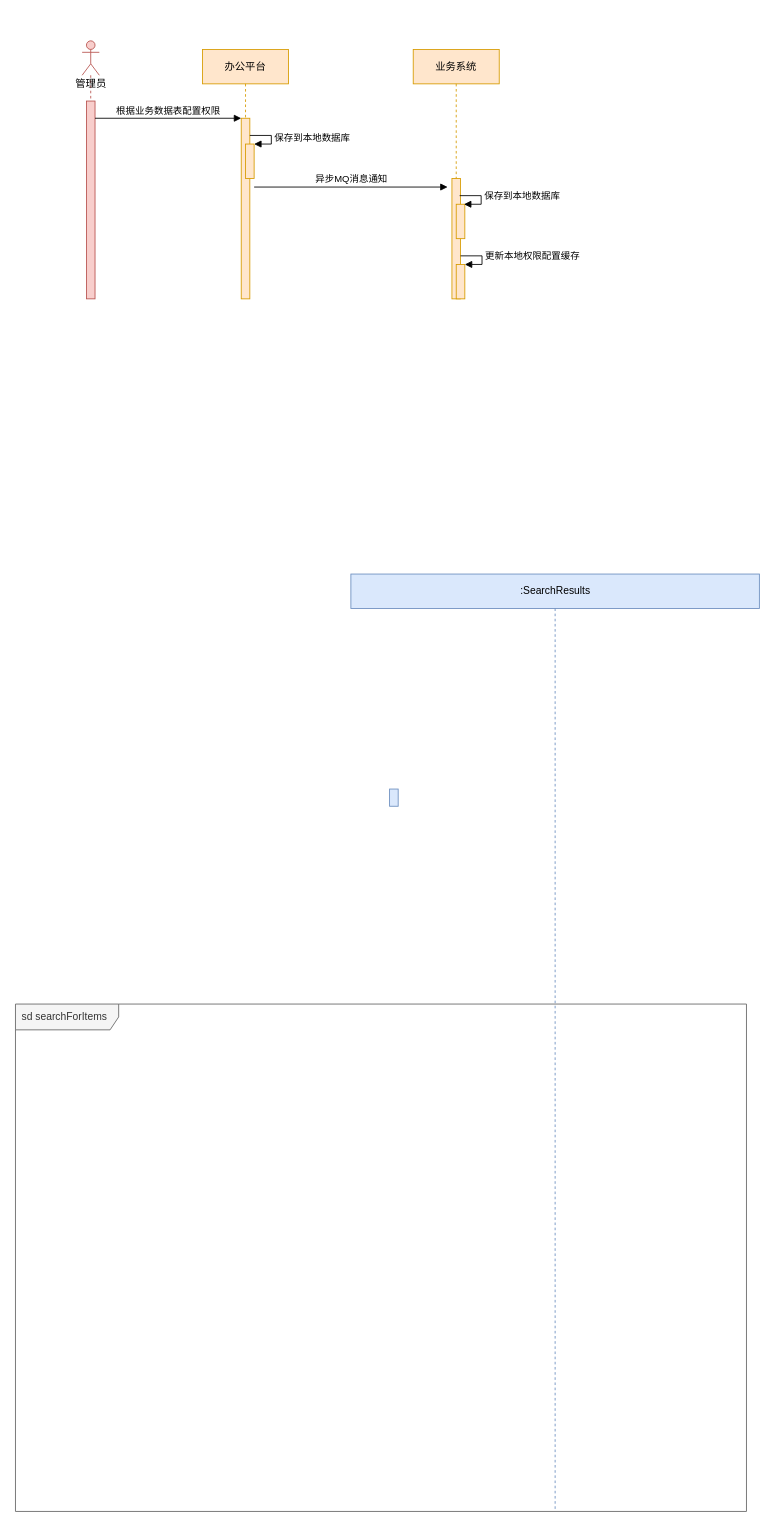
Above: page "Sequence diagram" (1 of 2) of 2024Q1总结.drawio in vickcan/drawio (draw.io), before the change. Source tidied: cells renumbered, new cells numbered last; positions are measured from the earlier drawing's top-left corner, leaving out a move shared by most shapes. Both pictures are drawn from the tidied source at 86%, with x=0, y=0 at pixel (15, 40).
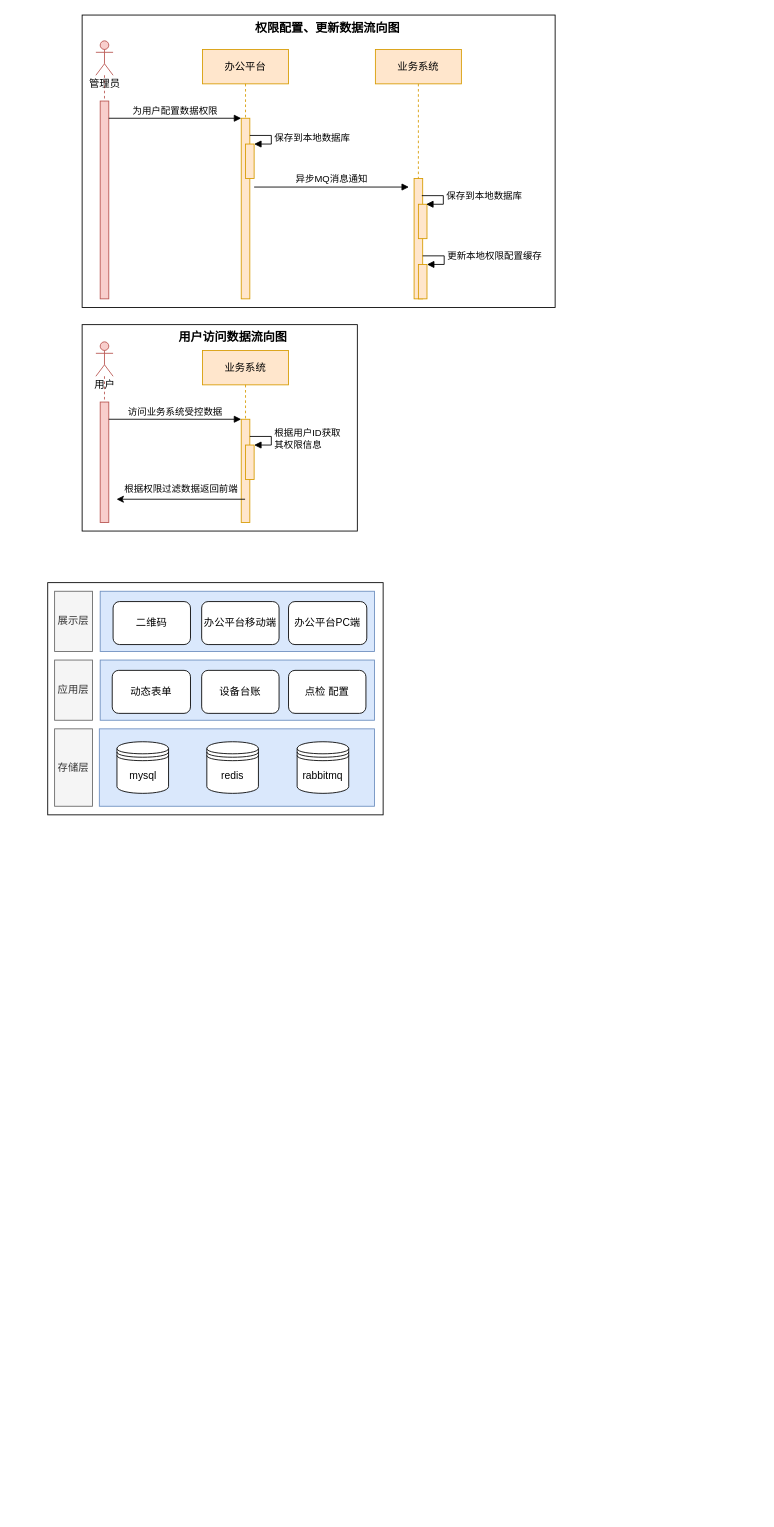
The same diagram, later.

Unchanged cells that the change refers to:
```xml
<mxCell id="3" style="html=1;points=[];perimeter=orthogonalPerimeter;fillColor=#f8cecc;strokeColor=#b85450;" parent="2" vertex="1">
  <mxGeometry x="5" y="70" width="10" height="230" as="geometry" />
</mxCell>
<mxCell id="5" style="html=1;points=[];perimeter=orthogonalPerimeter;fillColor=#ffe6cc;strokeColor=#d79b00;" parent="4" vertex="1">
  <mxGeometry x="45" y="80" width="10" height="210" as="geometry" />
</mxCell>
```

Change to the diagram source:
```diff
@@
+    <mxCell id="19" style="rounded=0;whiteSpace=wrap;html=1;" parent="1" vertex="1">
+      <mxGeometry x="38" y="630" width="390" height="270" as="geometry" />
+    </mxCell>
+    <mxCell id="20" style="rounded=0;whiteSpace=wrap;html=1;" parent="1" vertex="1">
+      <mxGeometry x="78" y="330" width="320" height="240" as="geometry" />
+    </mxCell>
+    <mxCell id="21" value="&lt;span style=&quot;font-size: 14px;&quot;&gt;&lt;b&gt;用户访问数据流向图&lt;/b&gt;&lt;/span&gt;" style="text;html=1;align=center;verticalAlign=middle;strokeColor=none;fillColor=none;" parent="1" vertex="1">
+      <mxGeometry x="178" y="330" width="150" height="30" as="geometry" />
+    </mxCell>
+    <mxCell id="22" style="rounded=0;whiteSpace=wrap;html=1;" parent="1" vertex="1">
+      <mxGeometry x="78" y="-30" width="550" height="340" as="geometry" />
+    </mxCell>
     <mxCell id="2" value="管理员" style="shape=umlLifeline;participant=umlActor;perimeter=lifelinePerimeter;html=1;verticalAlign=top;spacingTop=36;size=40;fillColor=#f8cecc;strokeColor=#b85450;" parent="1" vertex="1">
-      <mxGeometry x="78" width="20" height="290" as="geometry" />
+      <mxGeometry x="94" width="20" height="290" as="geometry" />
     </mxCell>
@@
-    <mxCell id="8" value="根据业务数据表配置权限" style="html=1;verticalAlign=bottom;endArrow=block;entryX=0;entryY=0;rounded=0;" parent="1" edge="1" source="3" target="5">
+    <mxCell id="8" value="&lt;div&gt;为用户配置数据权限&lt;/div&gt;" style="html=1;verticalAlign=bottom;endArrow=block;entryX=0;entryY=0;rounded=0;" parent="1" edge="1" source="3" target="5">
       <mxGeometry relative="1" as="geometry" />
     </mxCell>
-    <mxCell id="9" value=":SearchResults" style="shape=umlLifeline;perimeter=lifelinePerimeter;whiteSpace=wrap;html=1;fillColor=#dae8fc;strokeColor=#6c8ebf;" parent="1" vertex="1">
-      <mxGeometry x="390.5" y="620" width="475" height="1090" as="geometry" />
-    </mxCell>
-    <mxCell id="10" style="html=1;perimeter=orthogonalPerimeter;fillColor=#dae8fc;strokeColor=#6c8ebf;" parent="9" vertex="1">
-      <mxGeometry x="45" y="250" width="10" height="20" as="geometry" />
-    </mxCell>
-    <mxCell id="11" value="sd searchForItems" style="shape=umlFrame;whiteSpace=wrap;html=1;width=120;height=30;boundedLbl=1;verticalAlign=middle;align=left;spacingLeft=5;fillColor=#f5f5f5;fontColor=#333333;strokeColor=#666666;" parent="9" vertex="1">
-      <mxGeometry x="-390" y="500" width="850" height="590" as="geometry" />
-    </mxCell>
     <mxCell id="12" value="异步MQ消息通知" style="html=1;verticalAlign=bottom;endArrow=block;rounded=0;" parent="1" edge="1">
       <mxGeometry relative="1" as="geometry">
         <mxPoint x="278" y="170" as="sourcePoint" />
-        <mxPoint x="503" y="170" as="targetPoint" />
+        <mxPoint x="458" y="170" as="targetPoint" />
       </mxGeometry>
     </mxCell>
     <mxCell id="13" value="业务系统" style="shape=umlLifeline;perimeter=lifelinePerimeter;whiteSpace=wrap;html=1;fillColor=#ffe6cc;strokeColor=#d79b00;" parent="1" vertex="1">
-      <mxGeometry x="463" y="10" width="100" height="290" as="geometry" />
+      <mxGeometry x="419" y="10" width="100" height="290" as="geometry" />
     </mxCell>
@@
+    <mxCell id="23" value="用户" style="shape=umlLifeline;participant=umlActor;perimeter=lifelinePerimeter;html=1;verticalAlign=top;spacingTop=36;size=40;fillColor=#f8cecc;strokeColor=#b85450;" parent="1" vertex="1">
+      <mxGeometry x="94" y="350" width="20" height="210" as="geometry" />
+    </mxCell>
+    <mxCell id="24" style="html=1;points=[];perimeter=orthogonalPerimeter;fillColor=#f8cecc;strokeColor=#b85450;" parent="23" vertex="1">
+      <mxGeometry x="5" y="70" width="10" height="140" as="geometry" />
+    </mxCell>
+    <mxCell id="25" value="业务系统" style="shape=umlLifeline;perimeter=lifelinePerimeter;whiteSpace=wrap;html=1;outlineConnect=0;fillColor=#ffe6cc;strokeColor=#d79b00;" parent="1" vertex="1">
+      <mxGeometry x="218" y="360" width="100" height="200" as="geometry" />
+    </mxCell>
+    <mxCell id="26" style="html=1;points=[];perimeter=orthogonalPerimeter;fillColor=#ffe6cc;strokeColor=#d79b00;" parent="25" vertex="1">
+      <mxGeometry x="45" y="80" width="10" height="120" as="geometry" />
+    </mxCell>
+    <mxCell id="27" style="html=1;points=[];perimeter=orthogonalPerimeter;fillColor=#ffe6cc;strokeColor=#d79b00;" parent="25" vertex="1">
+      <mxGeometry x="50" y="110" width="10" height="40" as="geometry" />
+    </mxCell>
+    <mxCell id="28" value="根据用户ID获取&lt;div&gt;其权限信息&lt;/div&gt;" style="edgeStyle=orthogonalEdgeStyle;html=1;align=left;spacingLeft=2;endArrow=block;rounded=0;entryX=1;entryY=0;" parent="25" edge="1" target="27">
+      <mxGeometry relative="1" as="geometry">
+        <mxPoint x="55" y="100" as="sourcePoint" />
+        <Array as="points">
+          <mxPoint x="80" y="100" />
+          <mxPoint x="80" y="110" />
+        </Array>
+      </mxGeometry>
+    </mxCell>
+    <mxCell id="29" value="访问业务系统受控数据" style="html=1;verticalAlign=bottom;endArrow=block;entryX=0;entryY=0;rounded=0;" parent="1" edge="1" source="24" target="26">
+      <mxGeometry relative="1" as="geometry" />
+    </mxCell>
+    <mxCell id="30" style="endArrow=classic;html=1;rounded=0;" parent="1" edge="1" source="25">
+      <mxGeometry relative="1" as="geometry">
+        <mxPoint x="118" y="533" as="targetPoint" />
+      </mxGeometry>
+    </mxCell>
+    <mxCell id="31" value="根据权限过滤数据返回前端" style="edgeLabel;html=1;align=center;verticalAlign=middle;" parent="30" vertex="1">
+      <mxGeometry y="-1" relative="1" as="geometry">
+        <mxPoint y="-12" as="offset" />
+      </mxGeometry>
+    </mxCell>
+    <mxCell id="32" value="&lt;font style=&quot;font-size: 14px;&quot;&gt;&lt;b&gt;权限配置、更新数据流向图&lt;/b&gt;&lt;/font&gt;" style="text;html=1;align=center;verticalAlign=middle;strokeColor=none;fillColor=none;" parent="1" vertex="1">
+      <mxGeometry x="268" y="-30" width="190" height="30" as="geometry" />
+    </mxCell>
+    <mxCell id="33" style="rounded=0;whiteSpace=wrap;html=1;fillColor=#dae8fc;strokeColor=#6c8ebf;" parent="1" vertex="1">
+      <mxGeometry x="99" y="720" width="319" height="70" as="geometry" />
+    </mxCell>
+    <mxCell id="34" value="动态表单" style="rounded=1;whiteSpace=wrap;html=1;" parent="1" vertex="1">
+      <mxGeometry x="113" y="732" width="91" height="50" as="geometry" />
+    </mxCell>
+    <mxCell id="35" value="设备台账" style="rounded=1;whiteSpace=wrap;html=1;" parent="1" vertex="1">
+      <mxGeometry x="217" y="732" width="90" height="50" as="geometry" />
+    </mxCell>
+    <mxCell id="36" style="rounded=0;whiteSpace=wrap;html=1;fillColor=#dae8fc;strokeColor=#6c8ebf;" parent="1" vertex="1">
+      <mxGeometry x="99" y="640" width="319" height="70" as="geometry" />
+    </mxCell>
+    <mxCell id="37" value="办公平台PC端" style="rounded=1;whiteSpace=wrap;html=1;" parent="1" vertex="1">
+      <mxGeometry x="318" y="652" width="91" height="50" as="geometry" />
+    </mxCell>
+    <mxCell id="38" value="办公平台移动端" style="rounded=1;whiteSpace=wrap;html=1;" parent="1" vertex="1">
+      <mxGeometry x="217" y="652" width="90" height="50" as="geometry" />
+    </mxCell>
+    <mxCell id="39" value="二维码" style="rounded=1;whiteSpace=wrap;html=1;" parent="1" vertex="1">
+      <mxGeometry x="114" y="652" width="90" height="50" as="geometry" />
+    </mxCell>
+    <mxCell id="40" value="点检 配置" style="rounded=1;whiteSpace=wrap;html=1;" parent="1" vertex="1">
+      <mxGeometry x="318" y="732" width="90" height="50" as="geometry" />
+    </mxCell>
+    <mxCell id="41" value="应用层" style="rounded=0;whiteSpace=wrap;html=1;fillColor=#f5f5f5;fontColor=#333333;strokeColor=#666666;" parent="1" vertex="1">
+      <mxGeometry x="46" y="720" width="44" height="70" as="geometry" />
+    </mxCell>
+    <mxCell id="42" value="展示层" style="rounded=0;whiteSpace=wrap;html=1;fillColor=#f5f5f5;strokeColor=#666666;fontColor=#333333;" parent="1" vertex="1">
+      <mxGeometry x="46" y="640" width="44" height="70" as="geometry" />
+    </mxCell>
+    <mxCell id="43" value="存储层" style="rounded=0;whiteSpace=wrap;html=1;fillColor=#f5f5f5;fontColor=#333333;strokeColor=#666666;" parent="1" vertex="1">
+      <mxGeometry x="46" y="800" width="44" height="90" as="geometry" />
+    </mxCell>
+    <mxCell id="44" style="rounded=0;whiteSpace=wrap;html=1;fillColor=#dae8fc;strokeColor=#6c8ebf;" parent="1" vertex="1">
+      <mxGeometry x="98" y="800" width="320" height="90" as="geometry" />
+    </mxCell>
+    <mxCell id="45" value="mysql" style="shape=datastore;whiteSpace=wrap;html=1;" parent="1" vertex="1">
+      <mxGeometry x="118.5" y="815" width="60" height="60" as="geometry" />
+    </mxCell>
+    <mxCell id="46" value="redis" style="shape=datastore;whiteSpace=wrap;html=1;" parent="1" vertex="1">
+      <mxGeometry x="223" y="815" width="60" height="60" as="geometry" />
+    </mxCell>
+    <mxCell id="47" value="rabbitmq" style="shape=datastore;whiteSpace=wrap;html=1;" parent="1" vertex="1">
+      <mxGeometry x="328" y="815" width="60" height="60" as="geometry" />
+    </mxCell>
```
